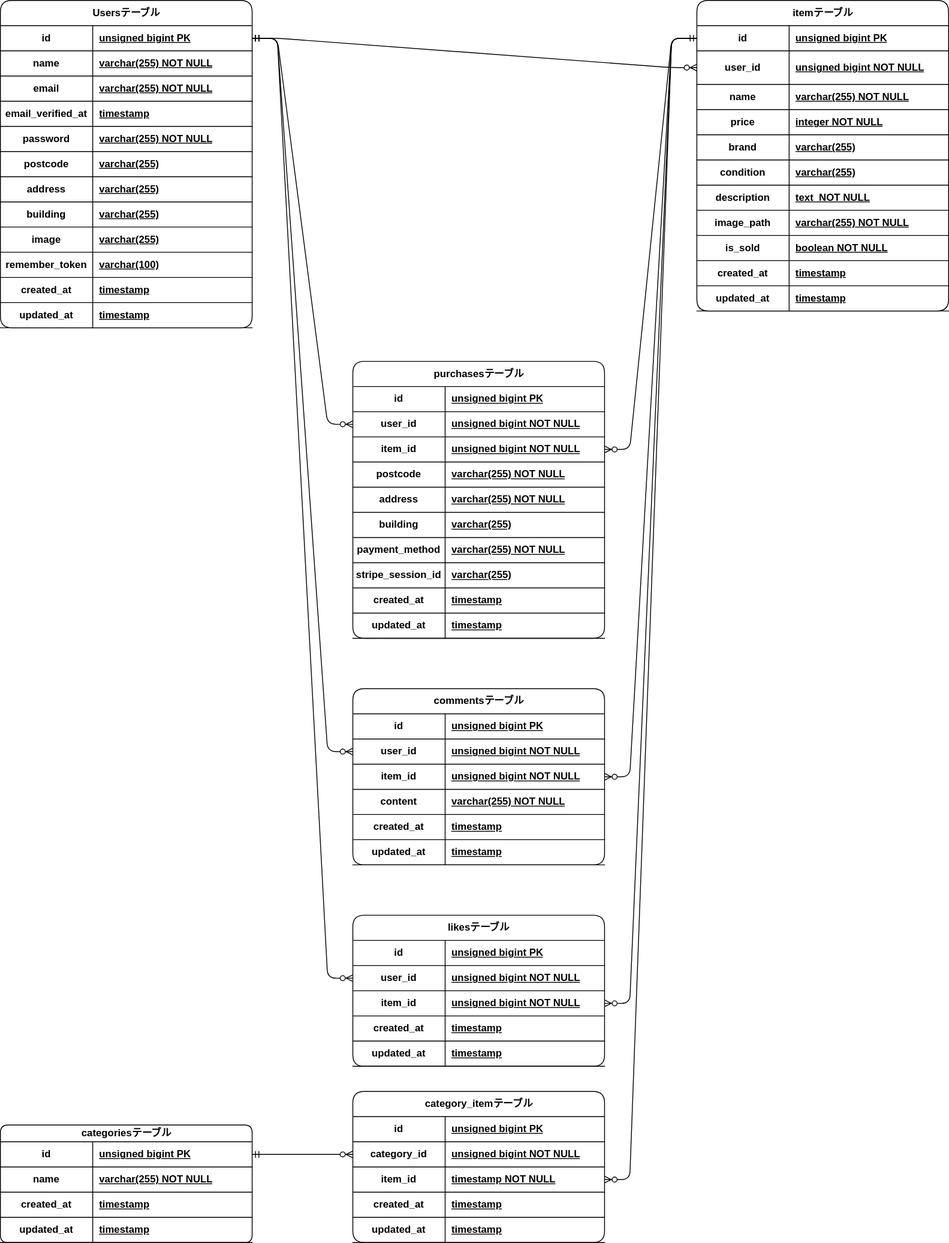
This is ERD.svg from k1128kazu/ikeda_fleamarket, a draw.io export, as it was before one commit. Source tidied: cells renumbered, new cells last; positions are measured from the earlier drawing's top-left corner, leaving out a move shared by most shapes.
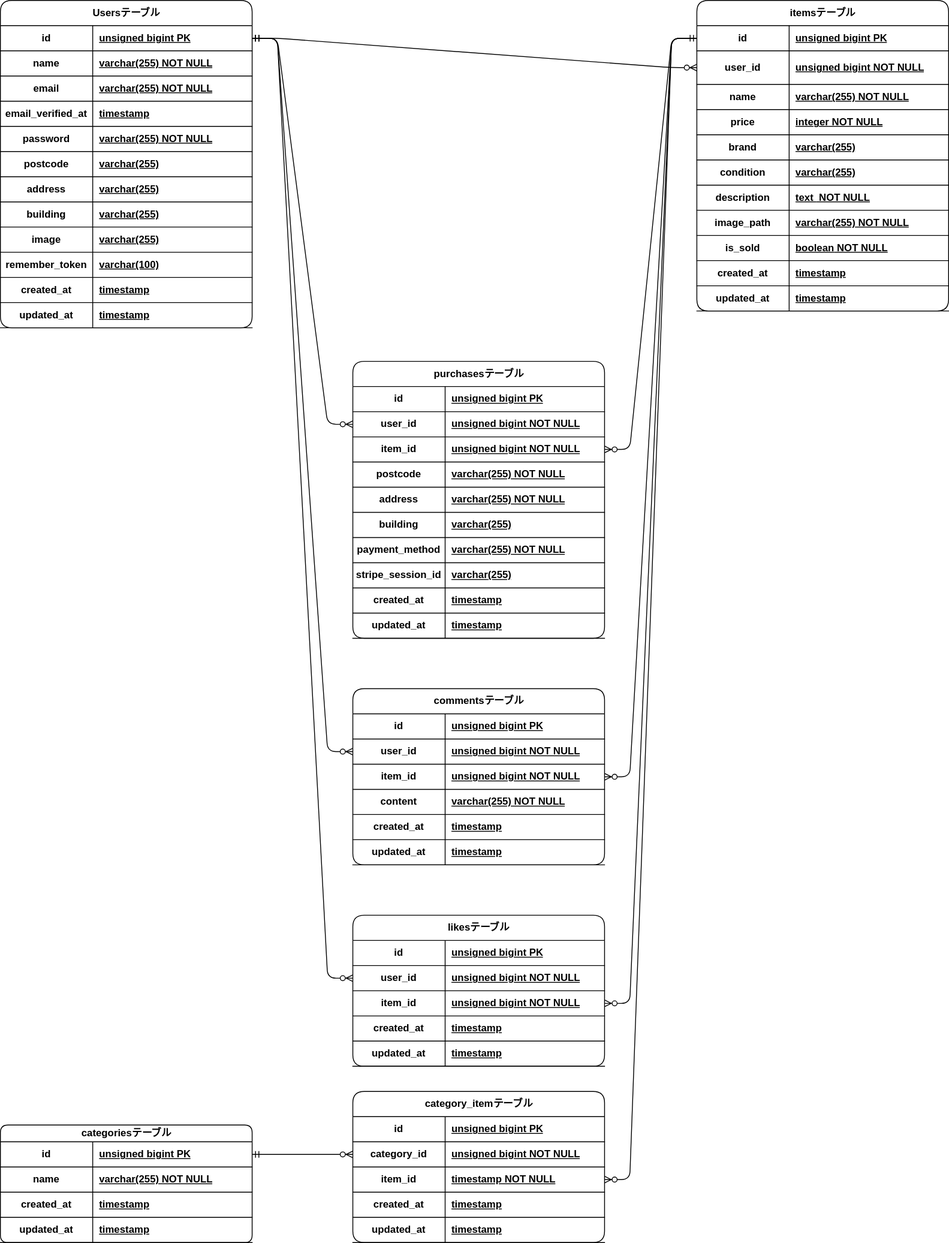
The same file after the commit.

Change to the diagram source:
```diff
@@ -113,7 +113,7 @@
     <mxCell id="38" value="timestamp" style="shape=partialRectangle;fillColor=none;top=0;left=0;bottom=0;right=0;align=left;spacingLeft=6;fontStyle=5;overflow=hidden;whiteSpace=wrap;html=1;rounded=1;" parent="36" vertex="1">
       <mxGeometry x="110" width="190" height="30" as="geometry" />
     </mxCell>
-    <mxCell id="39" value="itemテーブル" style="shape=table;startSize=30;rowLines=0;fontStyle=1;align=center;html=1;rounded=1;" parent="1" vertex="1">
+    <mxCell id="39" value="itemsテーブル" style="shape=table;startSize=30;rowLines=0;fontStyle=1;align=center;html=1;rounded=1;" parent="1" vertex="1">
       <mxGeometry x="830" y="45" width="300" height="370" as="geometry" />
     </mxCell>
     <mxCell id="40" style="shape=tableRow;horizontal=0;startSize=0;swimlaneHead=0;swimlaneBody=0;fillColor=none;points=[[0,0.5],[1,0.5]];portConstraint=eastwest;top=0;left=0;right=0;bottom=1;rounded=1;" parent="39" vertex="1">
```
